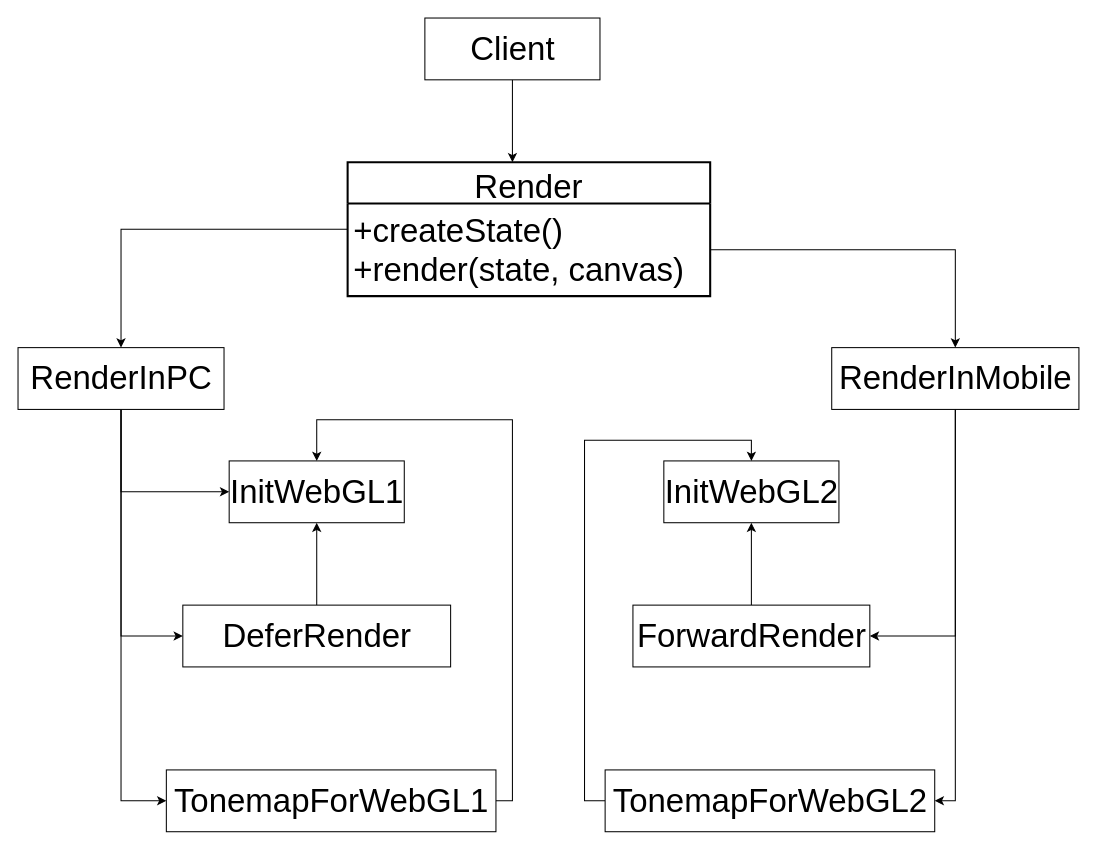
Before: packages/管道模式/story_after/UML.drawio in yyc-git/3DProgramPattern, a draw.io diagram. Source tidied: cells renumbered, new cells numbered last; positions are measured from the earlier drawing's top-left corner, leaving out a move shared by most shapes. Both pictures are drawn from the tidied source at 103%, with x=0, y=0 at pixel (18, 18).
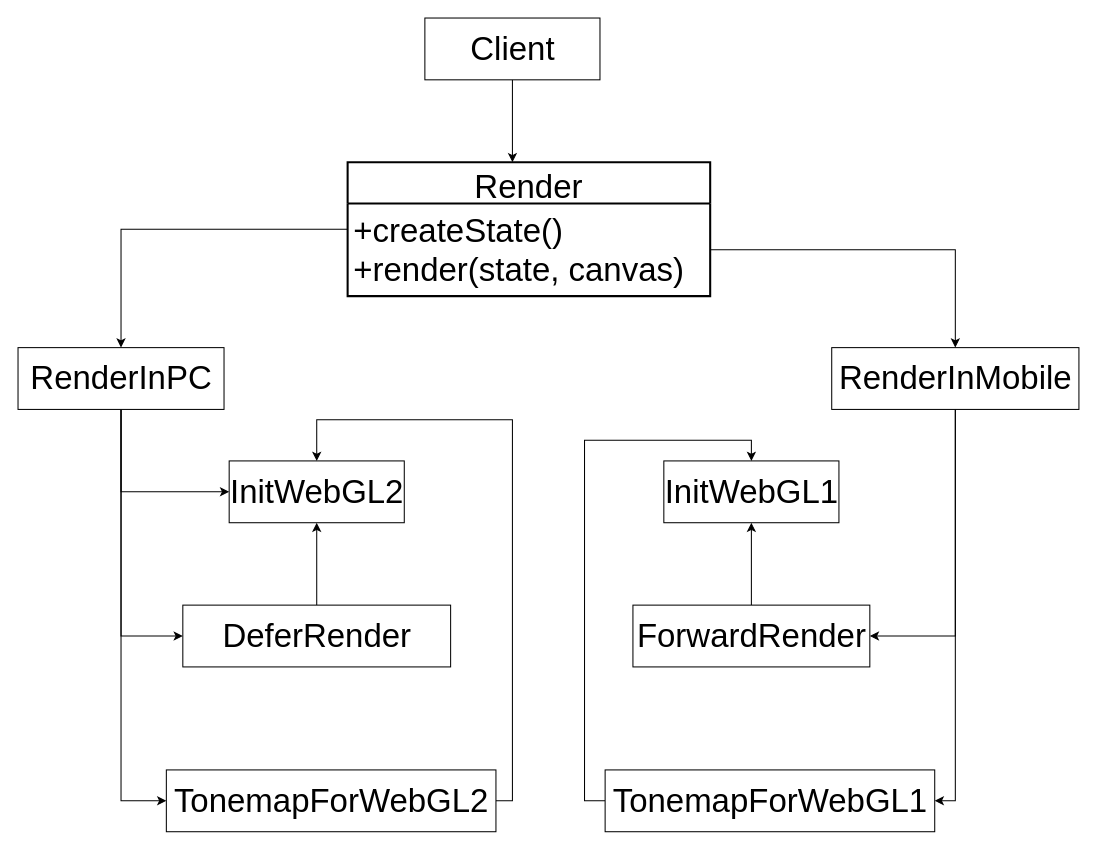
The same page after the edit.

The edit, as a diff of the source:
```diff
@@
-    <mxCell id="9" value="TonemapForWebGL1" style="html=1;fontSize=32;" parent="1" vertex="1">
+    <mxCell id="9" value="TonemapForWebGL2" style="html=1;fontSize=32;" parent="1" vertex="1">
       <mxGeometry x="144" y="730" width="320" height="60" as="geometry" />
     </mxCell>
-    <mxCell id="10" value="InitWebGL1" style="html=1;fontSize=32;" parent="1" vertex="1">
+    <mxCell id="10" value="InitWebGL2" style="html=1;fontSize=32;" parent="1" vertex="1">
       <mxGeometry x="205" y="430" width="170" height="60" as="geometry" />
     </mxCell>
@@
-    <mxCell id="16" value="InitWebGL2" style="html=1;fontSize=32;" parent="1" vertex="1">
+    <mxCell id="16" value="InitWebGL1" style="html=1;fontSize=32;" parent="1" vertex="1">
       <mxGeometry x="627" y="430" width="170" height="60" as="geometry" />
     </mxCell>
@@
-    <mxCell id="18" value="TonemapForWebGL2" style="html=1;fontSize=32;" parent="1" vertex="1">
+    <mxCell id="18" value="TonemapForWebGL1" style="html=1;fontSize=32;" parent="1" vertex="1">
       <mxGeometry x="570" y="730" width="320" height="60" as="geometry" />
     </mxCell>
```
